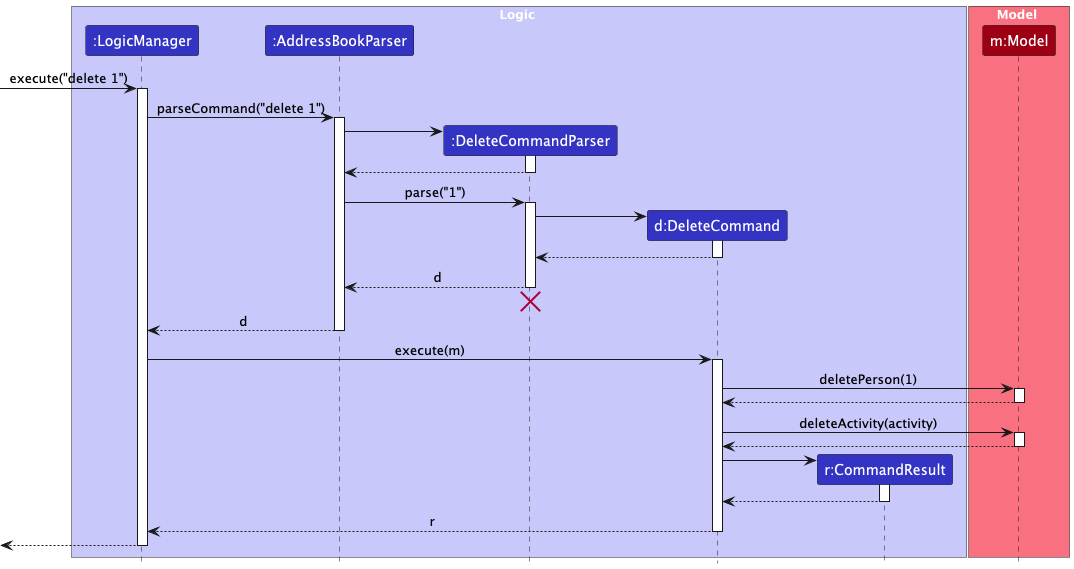
This is docs/images/DeleteSequenceDiagram.png from AY2526S1-CS2103-F09-2/tp, a PlantUML export, as it was before one commit.
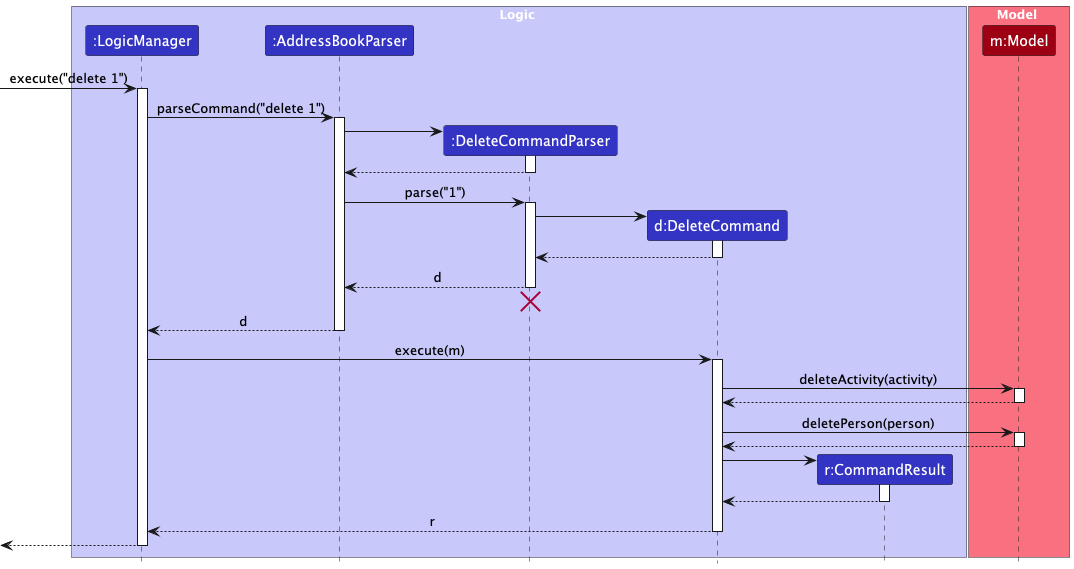
Above is the later version.

Commit message:
Update deleteCommand sequence diagram in DG

What changed in the source:
```diff
@@ -48,13 +48,13 @@
 LogicManager -> DeleteCommand : execute(m)
 activate DeleteCommand
 
-DeleteCommand -> Model : deletePerson(1)
+DeleteCommand -> Model : deleteActivity(activity)
 activate Model
 
 Model --> DeleteCommand
 deactivate Model
 
-DeleteCommand -> Model : deleteActivity(activity)
+DeleteCommand -> Model : deletePerson(person)
 activate Model
 
 Model --> DeleteCommand
```
